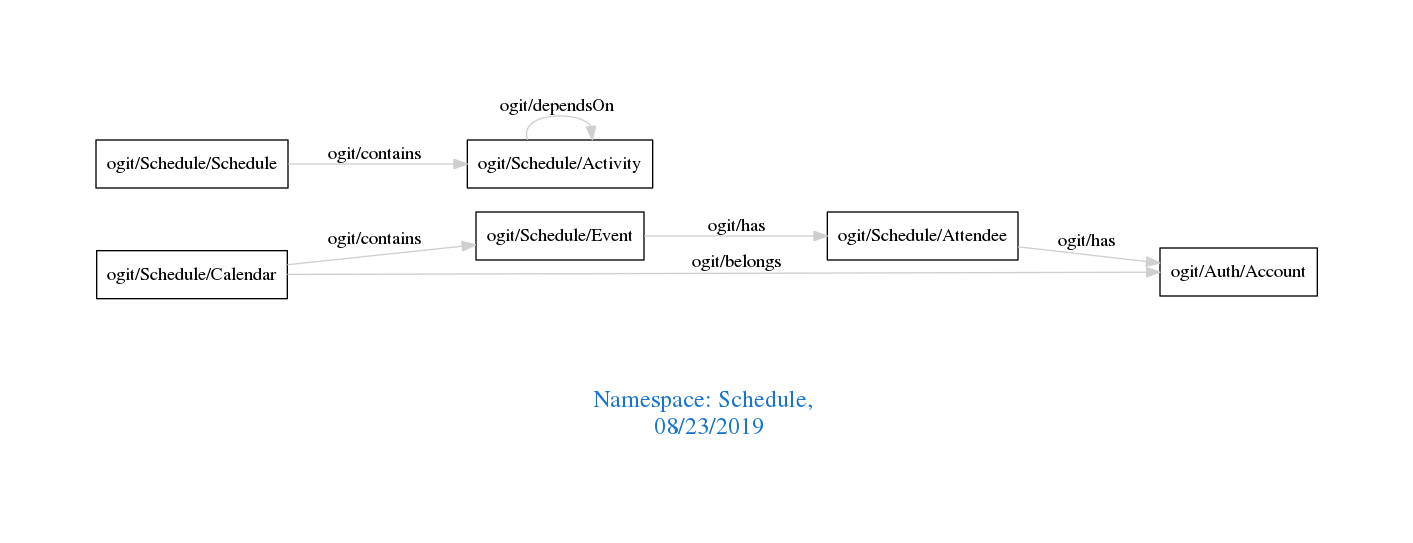
The Graphviz diagram downloads/Schedule.png in arago/OGIT, before a commit. Its source is kept beside it as downloads/Schedule.dot.
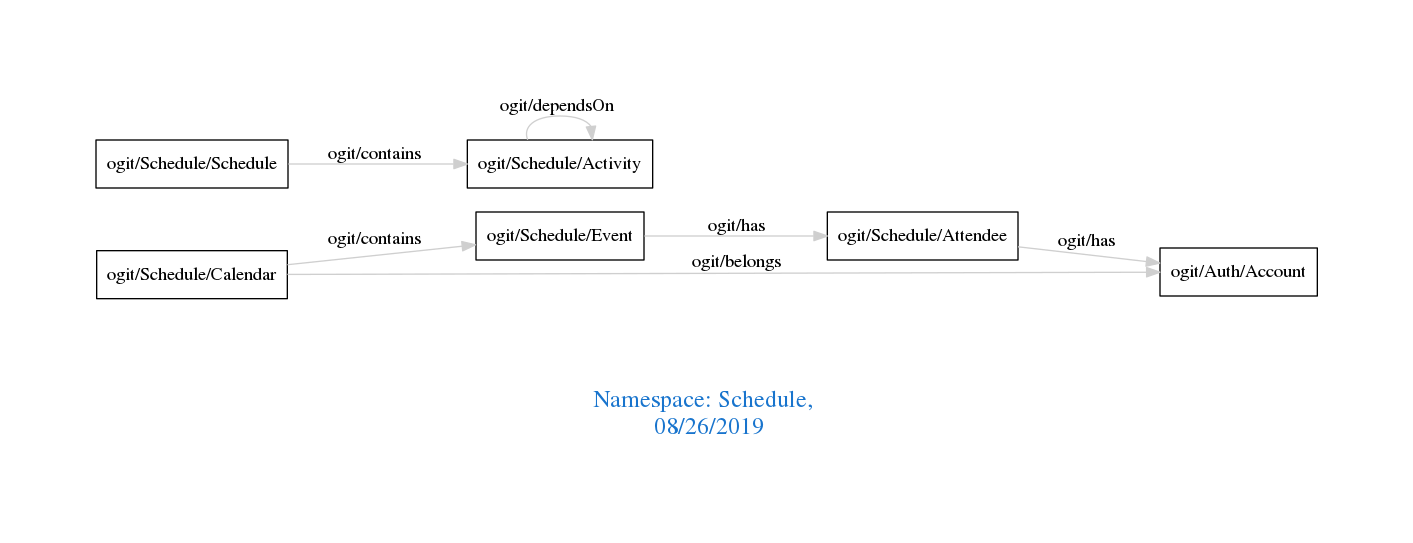
After the change.

What changed in the source:
```diff
@@ -1,7 +1,7 @@
 digraph OGIT_ontology {
  graph [ rankdir= LR,pad=1
 fontsize = 18,
-fontcolor= dodgerblue3,label = "\n\n\nNamespace: Schedule, \n 08/23/2019"];
+fontcolor= dodgerblue3,label = "\n\n\nNamespace: Schedule, \n 08/26/2019"];
 node[shape=polygon];
 edge [  color="gray81"];
 
```
